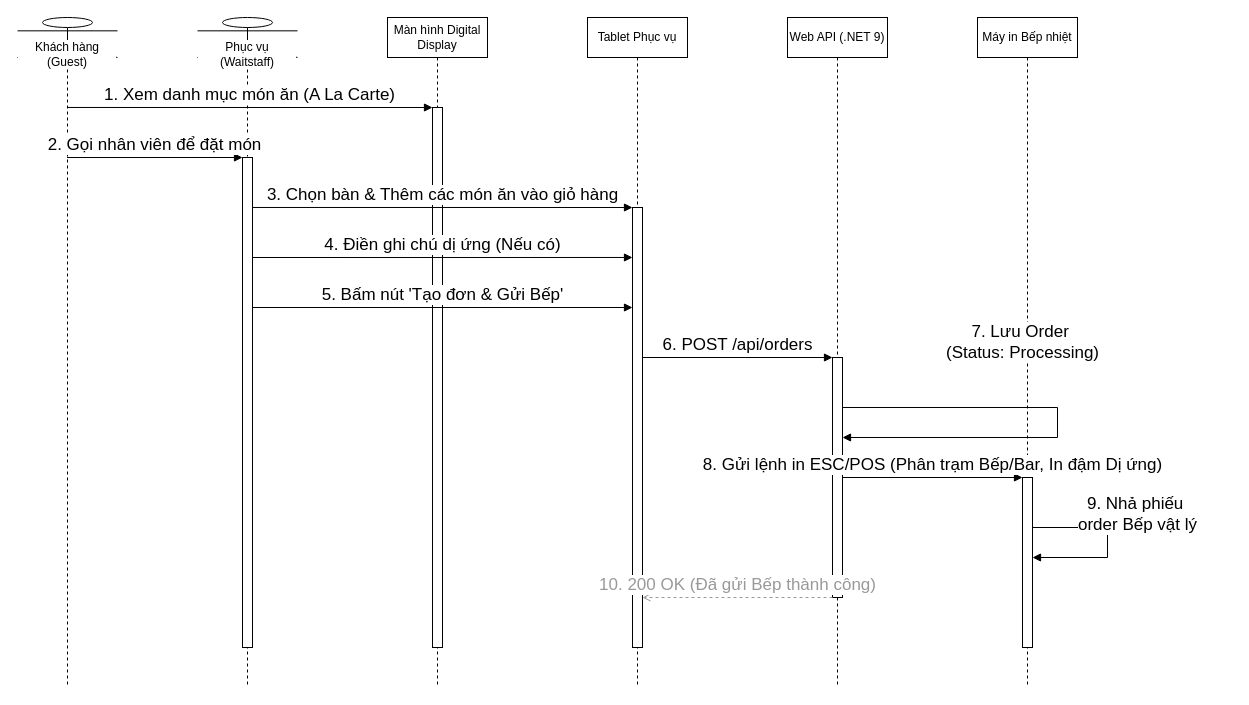
Earlier version of the draw.io diagram docs/phase1/drawio/sd02_waitstaff_ordering.drawio (AndrewQng/VinDining). Source tidied: cells renumbered, new cells numbered last; positions are measured from the earlier drawing's top-left corner, leaving out a move shared by most shapes. Both pictures are drawn from the tidied source at 100%, with x=0, y=0 at pixel (17, 17).
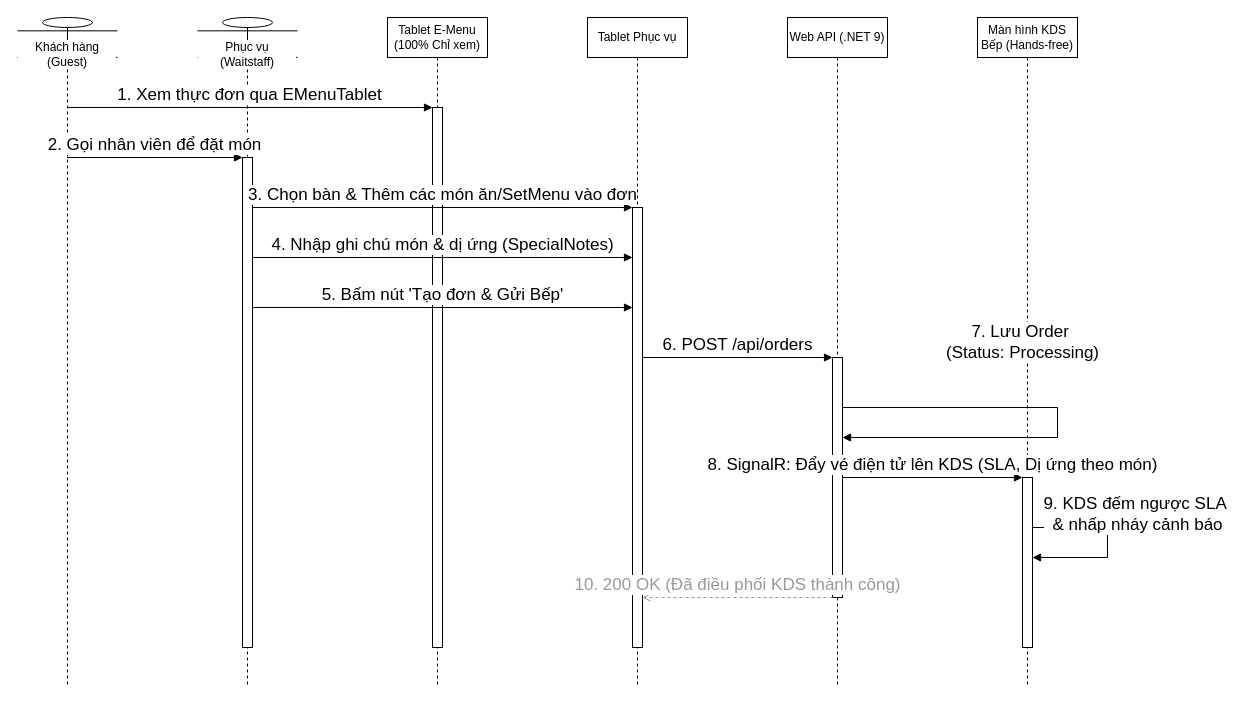
Above is the later version.

The change refers to these unchanged cells:
```xml
<mxCell id="2" value="Khách hàng (Guest)" style="shape=umlLifeline;perimeter=lifelinePerimeter;whiteSpace=wrap;html=1;outlineConnect=0;portConstraint=eastwest;size=40;participant=umlActor;verticalAlign=bottom;spacingBottom=-14;labelBackgroundColor=#ffffff;" parent="1" vertex="1">
  <mxGeometry width="100" height="670" as="geometry" />
</mxCell>
<mxCell id="4" style="html=1;points=[];perimeter=orthogonalPerimeter;outlineConnect=0;fillColor=#ffffff;fontSize=17;" parent="3" vertex="1">
  <mxGeometry x="45" y="140" width="10" height="490" as="geometry" />
</mxCell>
<mxCell id="6" style="html=1;points=[];perimeter=orthogonalPerimeter;outlineConnect=0;fillColor=#ffffff;fontSize=17;" parent="5" vertex="1">
  <mxGeometry x="45" y="90" width="10" height="540" as="geometry" />
</mxCell>
<mxCell id="8" style="html=1;points=[];perimeter=orthogonalPerimeter;outlineConnect=0;fillColor=#ffffff;fontSize=17;" parent="7" vertex="1">
  <mxGeometry x="45" y="190" width="10" height="440" as="geometry" />
</mxCell>
<mxCell id="10" style="html=1;points=[];perimeter=orthogonalPerimeter;outlineConnect=0;fillColor=#ffffff;fontSize=17;" parent="9" vertex="1">
  <mxGeometry x="45" y="340" width="10" height="240" as="geometry" />
</mxCell>
<mxCell id="12" style="html=1;points=[];perimeter=orthogonalPerimeter;outlineConnect=0;fillColor=#ffffff;fontSize=17;" parent="11" vertex="1">
  <mxGeometry x="45" y="460" width="10" height="170" as="geometry" />
</mxCell>
```

Diff of the diagram source:
```diff
@@
-    <mxCell id="5" value="Màn hình Digital Display" style="shape=umlLifeline;perimeter=lifelinePerimeter;whiteSpace=wrap;html=1;size=40;" parent="1" vertex="1">
+    <mxCell id="5" value="Tablet E-Menu (100% Chỉ xem)" style="shape=umlLifeline;perimeter=lifelinePerimeter;whiteSpace=wrap;html=1;size=40;" parent="1" vertex="1">
       <mxGeometry x="370" width="100" height="670" as="geometry" />
     </mxCell>
@@
-    <mxCell id="11" value="Máy in Bếp nhiệt" style="shape=umlLifeline;perimeter=lifelinePerimeter;whiteSpace=wrap;html=1;size=40;" parent="1" vertex="1">
+    <mxCell id="11" value="Màn hình KDS Bếp (Hands-free)" style="shape=umlLifeline;perimeter=lifelinePerimeter;whiteSpace=wrap;html=1;size=40;" parent="1" vertex="1">
       <mxGeometry x="960" width="100" height="670" as="geometry" />
     </mxCell>
@@
-    <mxCell id="13" value="1. Xem danh mục món ăn (A La Carte)" style="html=1;verticalAlign=bottom;endArrow=block;curved=0;rounded=0;exitX=0.5;exitY=0.1343;entryX=0;entryY=0.0;fontSize=17;" parent="1" edge="1" source="2" target="6">
+    <mxCell id="13" value="1. Xem thực đơn qua EMenuTablet" style="html=1;verticalAlign=bottom;endArrow=block;curved=0;rounded=0;exitX=0.5;exitY=0.1343;entryX=0;entryY=0.0;fontSize=17;" parent="1" edge="1" source="2" target="6">
       <mxGeometry relative="1" as="geometry" />
     </mxCell>
@@
-    <mxCell id="15" value="3. Chọn bàn &amp;amp; Thêm các món ăn vào giỏ hàng" style="html=1;verticalAlign=bottom;endArrow=block;curved=0;rounded=0;exitX=1;exitY=0.102;entryX=0;entryY=0.0;fontSize=17;" parent="1" edge="1" source="4" target="8">
+    <mxCell id="15" value="3. Chọn bàn &amp;amp; Thêm các món ăn/SetMenu vào đơn" style="html=1;verticalAlign=bottom;endArrow=block;curved=0;rounded=0;exitX=1;exitY=0.102;entryX=0;entryY=0.0;fontSize=17;" parent="1" edge="1" source="4" target="8">
       <mxGeometry relative="1" as="geometry" />
     </mxCell>
-    <mxCell id="16" value="4. Điền ghi chú dị ứng (Nếu có)" style="html=1;verticalAlign=bottom;endArrow=block;curved=0;rounded=0;exitX=1;exitY=0.2041;entryX=0;entryY=0.1136;fontSize=17;" parent="1" edge="1" source="4" target="8">
+    <mxCell id="16" value="4. Nhập ghi chú món &amp;amp; dị ứng (SpecialNotes)" style="html=1;verticalAlign=bottom;endArrow=block;curved=0;rounded=0;exitX=1;exitY=0.2041;entryX=0;entryY=0.1136;fontSize=17;" parent="1" edge="1" source="4" target="8">
       <mxGeometry relative="1" as="geometry" />
     </mxCell>
@@
-    <mxCell id="20" value="8. Gửi lệnh in ESC/POS (Phân trạm Bếp/Bar, In đậm Dị ứng)" style="html=1;verticalAlign=bottom;endArrow=block;curved=0;rounded=0;exitX=1;exitY=0.5;entryX=0;entryY=0.0;fontSize=17;" parent="1" edge="1" source="10" target="12">
+    <mxCell id="20" value="8. SignalR: Đẩy vé điện tử lên KDS (SLA, Dị ứng theo món)" style="html=1;verticalAlign=bottom;endArrow=block;curved=0;rounded=0;exitX=1;exitY=0.5;entryX=0;entryY=0.0;fontSize=17;" parent="1" edge="1" source="10" target="12">
       <mxGeometry relative="1" as="geometry" />
     </mxCell>
-    <mxCell id="21" value="9. Nhả phiếu&amp;nbsp;&lt;div&gt;order Bếp vật lý&lt;/div&gt;" style="html=1;verticalAlign=bottom;endArrow=block;curved=0;rounded=0;exitX=1;exitY=0.2941;entryX=1;entryY=0.4706;fontSize=17;edgeStyle=orthogonalEdgeStyle;innerLoopWaypoints=1;" parent="1" edge="1" source="12" target="12">
+    <mxCell id="21" value="9. KDS đếm ngược SLA&amp;nbsp;&lt;div&gt;&amp;amp; nhấp nháy cảnh báo&lt;/div&gt;" style="html=1;verticalAlign=bottom;endArrow=block;curved=0;rounded=0;exitX=1;exitY=0.2941;entryX=1;entryY=0.4706;fontSize=17;edgeStyle=orthogonalEdgeStyle;innerLoopWaypoints=1;" parent="1" edge="1" source="12" target="12">
       <mxGeometry x="-0.06" y="30" relative="1" as="geometry">
         <Array as="points">
           <mxPoint x="1090" y="510" />
           <mxPoint x="1090" y="540" />
         </Array>
       </mxGeometry>
     </mxCell>
-    <mxCell id="22" value="10. 200 OK (Đã gửi Bếp thành công)" style="html=1;verticalAlign=bottom;endArrow=open;dashed=1;curved=0;rounded=0;strokeColor=#999999;fontColor=#999999;exitX=0;exitY=1.0;entryX=1;entryY=0.8864;fontSize=17;" parent="1" edge="1" source="10" target="8">
+    <mxCell id="22" value="10. 200 OK (Đã điều phối KDS thành công)" style="html=1;verticalAlign=bottom;endArrow=open;dashed=1;curved=0;rounded=0;strokeColor=#999999;fontColor=#999999;exitX=0;exitY=1.0;entryX=1;entryY=0.8864;fontSize=17;" parent="1" edge="1" source="10" target="8">
       <mxGeometry relative="1" as="geometry" />
     </mxCell>
```
